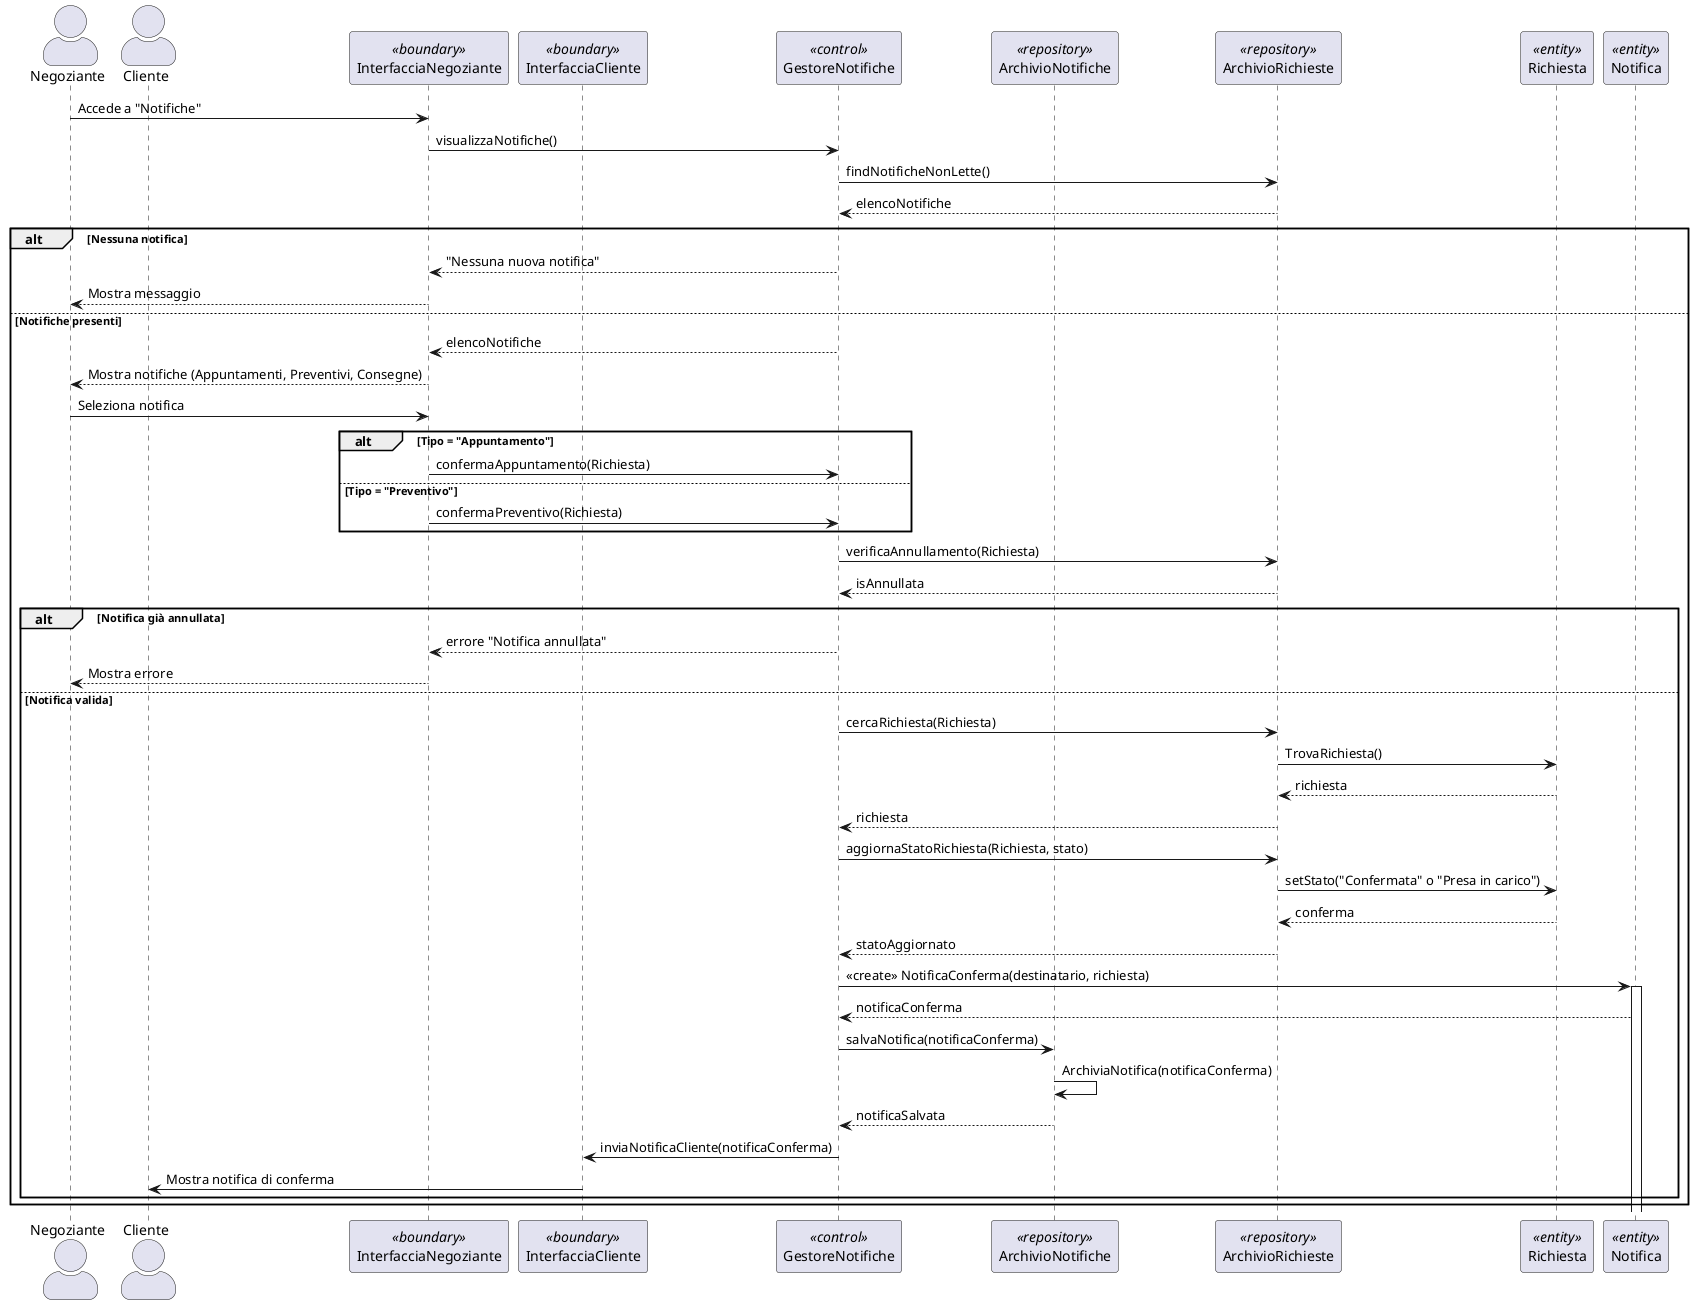
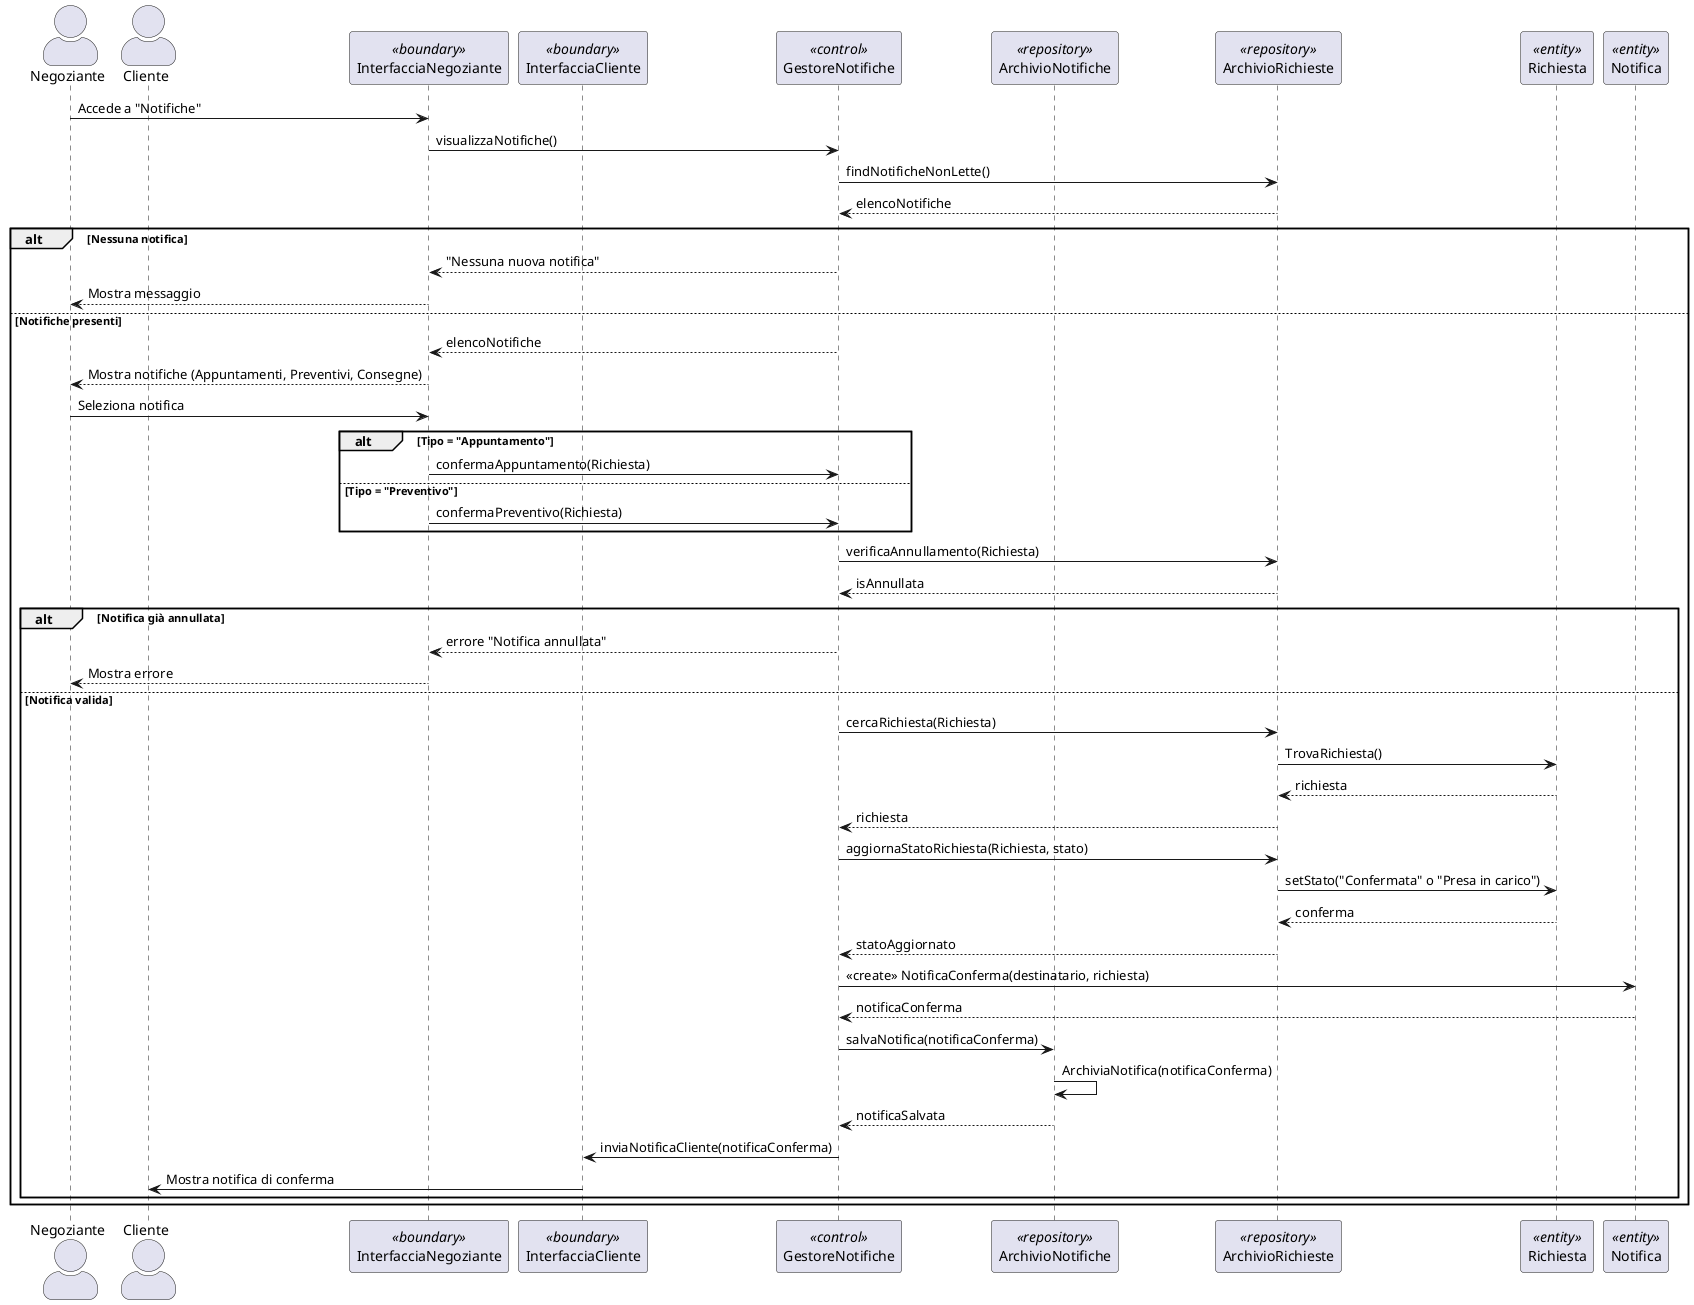
@startuml
skinparam actorStyle awesome

actor "Negoziante" as N
actor "Cliente" as C
participant "InterfacciaNegoziante" as IN <<boundary>>
participant "InterfacciaCliente" as IC <<boundary>>
participant "GestoreNotifiche" as G <<control>>
participant "ArchivioNotifiche" as AN <<repository>>
participant "ArchivioRichieste" as AR <<repository>>
participant "Richiesta" as R <<entity>>
participant "Notifica" as Notif <<entity>>

N -> IN: Accede a "Notifiche"
IN -> G: visualizzaNotifiche()
G -> AR: findNotificheNonLette()
AR --> G: elencoNotifiche

alt Nessuna notifica
    G --> IN: "Nessuna nuova notifica"
    IN --> N: Mostra messaggio

else Notifiche presenti
    G --> IN: elencoNotifiche
    IN --> N: Mostra notifiche (Appuntamenti, Preventivi, Consegne)
    N -> IN: Seleziona notifica

    alt Tipo = "Appuntamento"
        IN -> G: confermaAppuntamento(Richiesta)

    else Tipo = "Preventivo"
        IN -> G: confermaPreventivo(Richiesta)
    end

    G -> AR: verificaAnnullamento(Richiesta)
    AR --> G: isAnnullata

    alt Notifica già annullata
        G --> IN: errore "Notifica annullata"
        IN --> N: Mostra errore

    else Notifica valida
    G -> AR: cercaRichiesta(Richiesta)
    AR -> R: TrovaRichiesta()
    R --> AR: richiesta
    AR --> G: richiesta

    G -> AR: aggiornaStatoRichiesta(Richiesta, stato)
    AR -> R: setStato("Confermata" o "Presa in carico")
    R --> AR: conferma
    AR --> G: statoAggiornato
    G -> Notif: <<create>> NotificaConferma(destinatario, richiesta)
-     activate Notif
    Notif --> G: notificaConferma

    G -> AN: salvaNotifica(notificaConferma)
    AN -> AN: ArchiviaNotifica(notificaConferma)
    AN --> G: notificaSalvata

    G -> IC: inviaNotificaCliente(notificaConferma)
    IC -> C: Mostra notifica di conferma
    end
    end
    @enduml